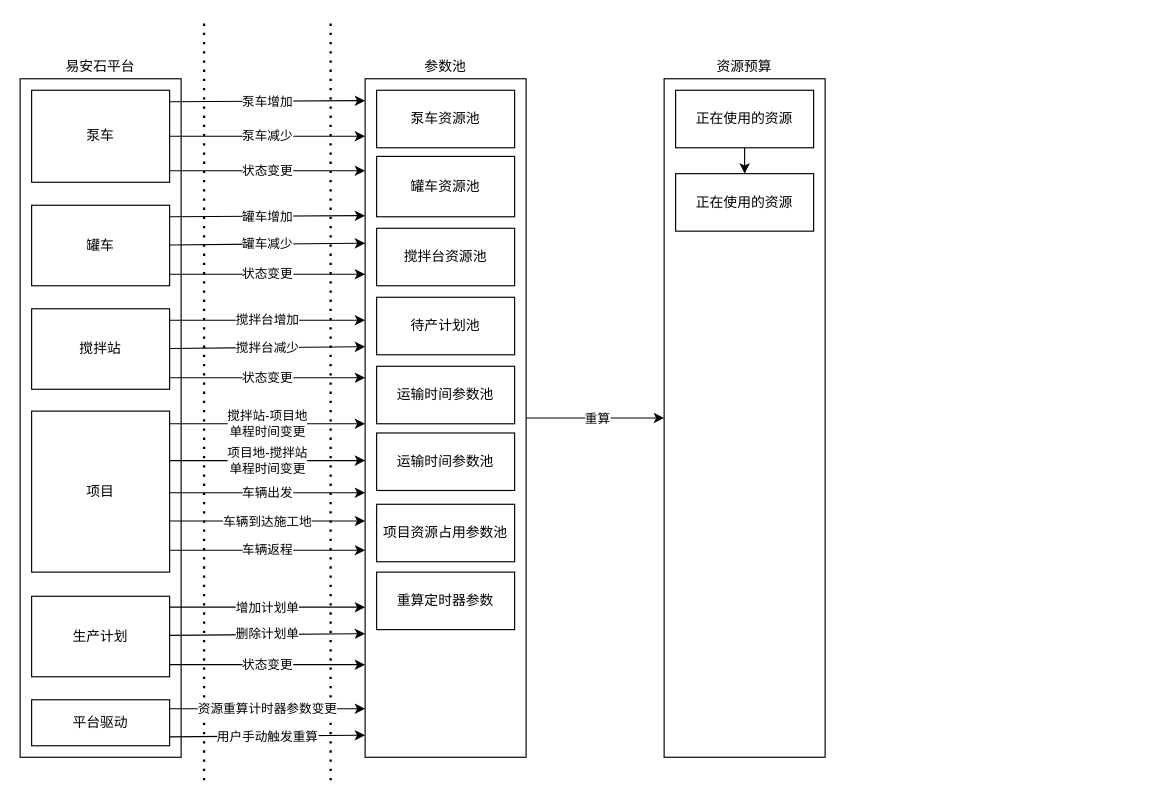
Before: page "Page-1" (1 of 5) of 集成架构.drawio in RaymondNi/RTC, a draw.io diagram. Source tidied: cells renumbered, new cells numbered last; positions are measured from the earlier drawing's top-left corner, leaving out a move shared by most shapes. Both pictures are drawn from the tidied source at 115%, with x=0, y=0 at pixel (20, 21).
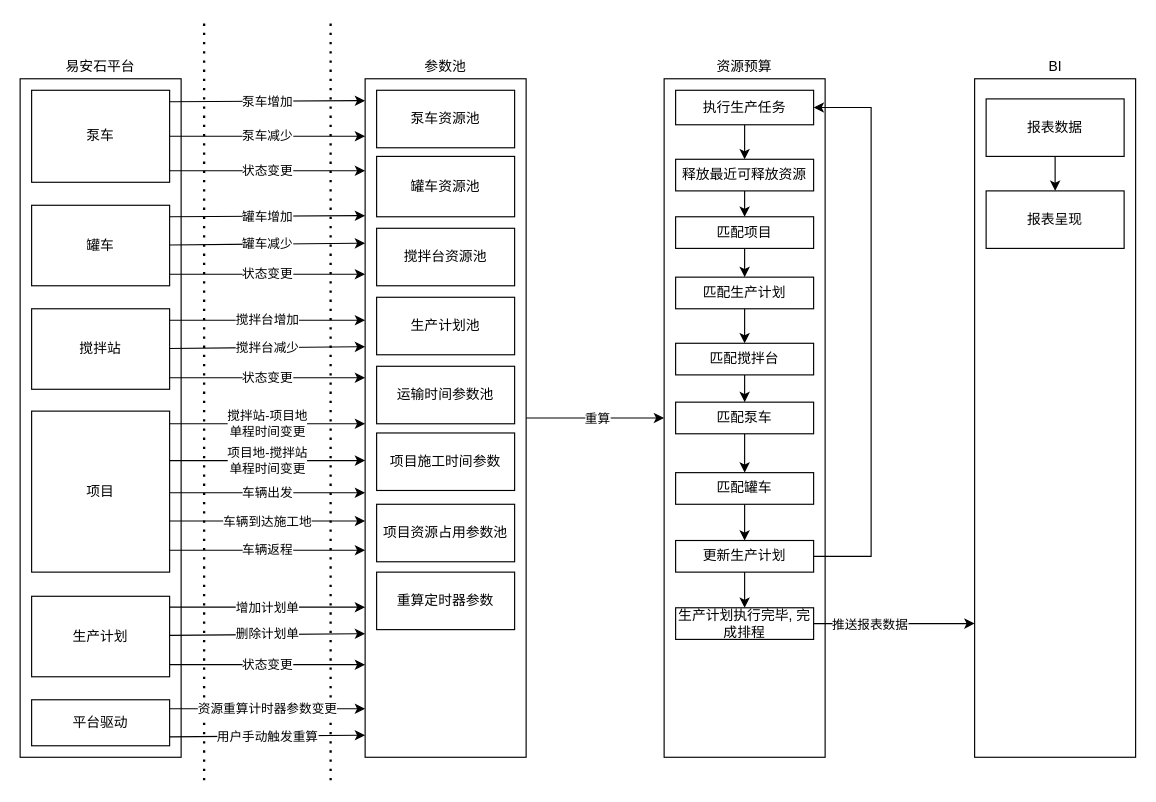
After the change.

What changed in the source:
```diff
@@
-    <mxCell id="35" value="待产计划池" style="rounded=0;whiteSpace=wrap;html=1;" parent="1" vertex="1">
+    <mxCell id="35" value="生产计划池" style="rounded=0;whiteSpace=wrap;html=1;" parent="1" vertex="1">
       <mxGeometry x="310" y="240" width="120" height="50" as="geometry" />
     </mxCell>
@@
-    <mxCell id="39" value="正在使用的资源" style="rounded=0;whiteSpace=wrap;html=1;" parent="1" vertex="1">
-      <mxGeometry x="570" y="60" width="120" height="50" as="geometry" />
+    <mxCell id="39" value="执行生产任务" style="rounded=0;whiteSpace=wrap;html=1;" parent="1" vertex="1">
+      <mxGeometry x="570" y="60" width="120" height="30" as="geometry" />
     </mxCell>
+    <mxCell id="48" style="edgeStyle=orthogonalEdgeStyle;rounded=0;jettySize=auto;html=1;exitX=0.5;exitY=1;exitDx=0;exitDy=0;entryX=0.5;entryY=0;entryDx=0;entryDy=0;" parent="1" edge="1" source="40" target="50">
+      <mxGeometry relative="1" as="geometry" />
+    </mxCell>
-    <mxCell id="40" value="正在使用的资源" style="rounded=0;whiteSpace=wrap;html=1;" parent="1" vertex="1">
-      <mxGeometry x="570" y="132.5" width="120" height="50" as="geometry" />
+    <mxCell id="40" value="释放最近可释放资源" style="rounded=0;whiteSpace=wrap;html=1;" parent="1" vertex="1">
+      <mxGeometry x="570" y="120" width="120" height="27.5" as="geometry" />
     </mxCell>
@@
-    <mxCell id="45" value="运输时间参数池" style="rounded=0;whiteSpace=wrap;html=1;" parent="1" vertex="1">
+    <mxCell id="45" value="项目施工时间参数" style="rounded=0;whiteSpace=wrap;html=1;" parent="1" vertex="1">
       <mxGeometry x="310" y="358" width="120" height="50" as="geometry" />
     </mxCell>
@@
+    <mxCell id="49" style="edgeStyle=orthogonalEdgeStyle;rounded=0;jettySize=auto;html=1;exitX=0.5;exitY=1;exitDx=0;exitDy=0;" parent="1" edge="1" source="50" target="52">
+      <mxGeometry relative="1" as="geometry" />
+    </mxCell>
+    <mxCell id="50" value="匹配项目" style="rounded=0;whiteSpace=wrap;html=1;" parent="1" vertex="1">
+      <mxGeometry x="570" y="170" width="120" height="27.5" as="geometry" />
+    </mxCell>
+    <mxCell id="51" style="edgeStyle=orthogonalEdgeStyle;rounded=0;jettySize=auto;html=1;exitX=0.5;exitY=1;exitDx=0;exitDy=0;entryX=0.5;entryY=0;entryDx=0;entryDy=0;" parent="1" edge="1" source="52" target="54">
+      <mxGeometry relative="1" as="geometry" />
+    </mxCell>
+    <mxCell id="52" value="匹配生产计划" style="rounded=0;whiteSpace=wrap;html=1;" parent="1" vertex="1">
+      <mxGeometry x="570" y="222.5" width="120" height="27.5" as="geometry" />
+    </mxCell>
+    <mxCell id="53" style="edgeStyle=orthogonalEdgeStyle;rounded=0;jettySize=auto;html=1;exitX=0.5;exitY=1;exitDx=0;exitDy=0;entryX=0.5;entryY=0;entryDx=0;entryDy=0;" parent="1" edge="1" source="54" target="56">
+      <mxGeometry relative="1" as="geometry" />
+    </mxCell>
+    <mxCell id="54" value="匹配搅拌台" style="rounded=0;whiteSpace=wrap;html=1;" parent="1" vertex="1">
+      <mxGeometry x="570" y="280" width="120" height="27.5" as="geometry" />
+    </mxCell>
+    <mxCell id="55" style="edgeStyle=orthogonalEdgeStyle;rounded=0;jettySize=auto;html=1;exitX=0.5;exitY=1;exitDx=0;exitDy=0;entryX=0.5;entryY=0;entryDx=0;entryDy=0;" parent="1" edge="1" source="56" target="58">
+      <mxGeometry relative="1" as="geometry" />
+    </mxCell>
+    <mxCell id="56" value="匹配泵车" style="rounded=0;whiteSpace=wrap;html=1;" parent="1" vertex="1">
+      <mxGeometry x="570" y="331.2" width="120" height="27.5" as="geometry" />
+    </mxCell>
+    <mxCell id="57" style="edgeStyle=orthogonalEdgeStyle;rounded=0;jettySize=auto;html=1;exitX=0.5;exitY=1;exitDx=0;exitDy=0;entryX=0.5;entryY=0;entryDx=0;entryDy=0;" parent="1" edge="1" source="58" target="61">
+      <mxGeometry relative="1" as="geometry" />
+    </mxCell>
+    <mxCell id="58" value="匹配罐车" style="rounded=0;whiteSpace=wrap;html=1;" parent="1" vertex="1">
+      <mxGeometry x="570" y="392.5" width="120" height="27.5" as="geometry" />
+    </mxCell>
+    <mxCell id="59" style="edgeStyle=orthogonalEdgeStyle;rounded=0;jettySize=auto;html=1;exitX=1;exitY=0.5;exitDx=0;exitDy=0;entryX=1;entryY=0.5;entryDx=0;entryDy=0;" parent="1" edge="1" source="61" target="39">
+      <mxGeometry relative="1" as="geometry">
+        <Array as="points">
+          <mxPoint x="740" y="465" />
+          <mxPoint x="740" y="75" />
+        </Array>
+      </mxGeometry>
+    </mxCell>
+    <mxCell id="60" style="edgeStyle=orthogonalEdgeStyle;rounded=0;jettySize=auto;html=1;exitX=0.5;exitY=1;exitDx=0;exitDy=0;entryX=0.5;entryY=0;entryDx=0;entryDy=0;" parent="1" edge="1" source="61" target="64">
+      <mxGeometry relative="1" as="geometry" />
+    </mxCell>
+    <mxCell id="61" value="更新生产计划" style="rounded=0;whiteSpace=wrap;html=1;" parent="1" vertex="1">
+      <mxGeometry x="570" y="451.5" width="120" height="27.5" as="geometry" />
+    </mxCell>
+    <mxCell id="62" style="edgeStyle=orthogonalEdgeStyle;rounded=0;jettySize=auto;html=1;exitX=1;exitY=0.5;exitDx=0;exitDy=0;entryX=0;entryY=0.803;entryDx=0;entryDy=0;entryPerimeter=0;" parent="1" edge="1" source="64" target="65">
+      <mxGeometry relative="1" as="geometry" />
+    </mxCell>
+    <mxCell id="63" value="推送报表数据" style="edgeLabel;html=1;align=center;verticalAlign=middle;" parent="62" vertex="1">
+      <mxGeometry x="-0.3" y="-1" relative="1" as="geometry" />
+    </mxCell>
+    <mxCell id="64" value="生产计划执行完毕, 完成排程" style="rounded=0;whiteSpace=wrap;html=1;" parent="1" vertex="1">
+      <mxGeometry x="570" y="510" width="120" height="27.5" as="geometry" />
+    </mxCell>
+    <mxCell id="65" style="rounded=0;whiteSpace=wrap;html=1;" parent="1" vertex="1">
+      <mxGeometry x="830" y="50" width="140" height="590" as="geometry" />
+    </mxCell>
+    <mxCell id="66" value="BI" style="text;html=1;align=center;verticalAlign=middle;strokeColor=none;" parent="1" vertex="1">
+      <mxGeometry x="885" y="30" width="30" height="20" as="geometry" />
+    </mxCell>
+    <mxCell id="67" style="edgeStyle=orthogonalEdgeStyle;rounded=0;jettySize=auto;html=1;exitX=0.5;exitY=1;exitDx=0;exitDy=0;entryX=0.5;entryY=0;entryDx=0;entryDy=0;" parent="1" edge="1" source="68" target="69">
+      <mxGeometry relative="1" as="geometry" />
+    </mxCell>
+    <mxCell id="68" value="报表数据" style="rounded=0;whiteSpace=wrap;html=1;" parent="1" vertex="1">
+      <mxGeometry x="840" y="67.5" width="120" height="50" as="geometry" />
+    </mxCell>
+    <mxCell id="69" value="报表呈现" style="rounded=0;whiteSpace=wrap;html=1;" parent="1" vertex="1">
+      <mxGeometry x="840" y="147.5" width="120" height="50" as="geometry" />
+    </mxCell>
```
